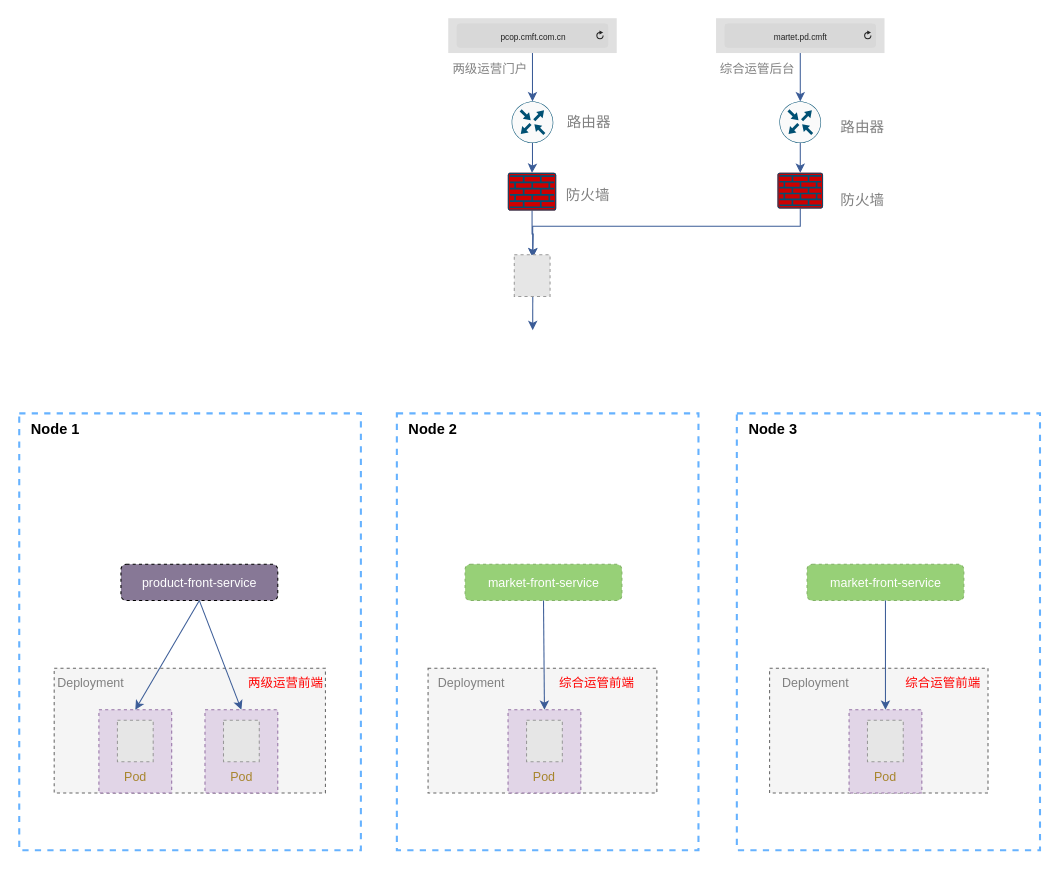
This is page "两级运营案例（Nodeport）" (2 of 3) of drawio/network/Kubernetes网络.drawio from hezhuma/image-repo, a draw.io file, before an edit. Source tidied: cells renumbered, new cells numbered last; positions are measured from the earlier drawing's top-left corner, leaving out a move shared by most shapes. Both pictures are drawn from the tidied source at 104%, with x=0, y=0 at pixel (19, 18). Pictures stored in the file or linked from it are replaced by grey dashed boxes.
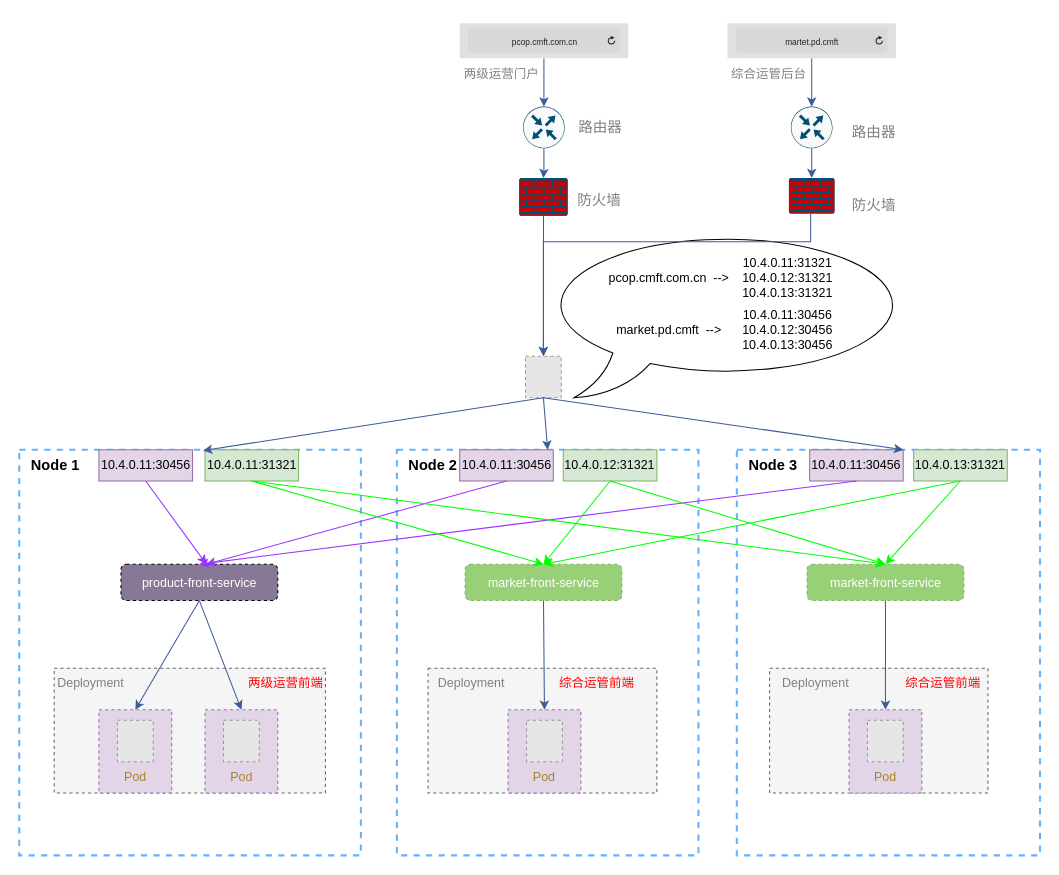
Above is the later version.

Unchanged cells that the change refers to:
```xml
<mxCell id="26" value="&lt;font style=&quot;font-size: 12px;&quot; color=&quot;#ffffff&quot;&gt;product-front-service&lt;/font&gt;" style="rounded=1;whiteSpace=wrap;html=1;fontColor=#808080;fillColor=#877896;dashed=1;" parent="1" vertex="1">
  <mxGeometry x="97.8" y="525" width="150.8" height="35" as="geometry" />
</mxCell>
<mxCell id="27" value="&lt;font style=&quot;font-size: 12px;&quot; color=&quot;#ffffff&quot;&gt;market-front-service&lt;/font&gt;" style="rounded=1;whiteSpace=wrap;html=1;fillColor=#97D077;dashed=1;strokeColor=#82b366;" parent="1" vertex="1">
  <mxGeometry x="428.7" y="525" width="150.8" height="35" as="geometry" />
</mxCell>
<mxCell id="47" value="&lt;font style=&quot;font-size: 12px;&quot; color=&quot;#ffffff&quot;&gt;market-front-service&lt;/font&gt;" style="rounded=1;whiteSpace=wrap;html=1;fillColor=#97D077;dashed=1;strokeColor=#82b366;" parent="1" vertex="1">
  <mxGeometry x="757.5" y="525" width="150.8" height="35" as="geometry" />
</mxCell>
```

Diff of the diagram source:
```diff
@@
+    <mxCell id="56" style="whiteSpace=wrap;html=1;shape=mxgraph.basic.oval_callout;" parent="1" vertex="1">
+      <mxGeometry x="504" y="205" width="356" height="160" as="geometry" />
+    </mxCell>
     <mxCell id="2" style="rounded=0;whiteSpace=wrap;html=1;dashed=1;fontSize=12;strokeWidth=2;strokeColor=#66B2FF;" parent="1" vertex="1">
-      <mxGeometry x="363.1" y="380" width="290" height="420" as="geometry" />
+      <mxGeometry x="363.1" y="415" width="290" height="390" as="geometry" />
     </mxCell>
     <mxCell id="3" style="rounded=0;whiteSpace=wrap;html=1;dashed=1;fontSize=12;strokeWidth=2;strokeColor=#66B2FF;" parent="1" vertex="1">
-      <mxGeometry y="380" width="328.5" height="420" as="geometry" />
+      <mxGeometry y="415" width="328.5" height="390" as="geometry" />
     </mxCell>
@@
-    <mxCell id="6" style="edgeStyle=orthogonalEdgeStyle;rounded=0;orthogonalLoop=1;jettySize=auto;html=1;entryX=0.5;entryY=0;entryDx=0;entryDy=0;strokeColor=#3B5C97;fontColor=#FFFFFF;" parent="1" edge="1">
-      <mxGeometry relative="1" as="geometry">
-        <mxPoint x="493.8" y="265" as="sourcePoint" />
-        <mxPoint x="493.7" y="300" as="targetPoint" />
-      </mxGeometry>
-    </mxCell>
     <mxCell id="7" value="&lt;font color=&quot;#808080&quot;&gt;路由器&lt;/font&gt;" style="text;html=1;strokeColor=none;fillColor=none;align=center;verticalAlign=middle;whiteSpace=wrap;rounded=0;fontSize=14;fontColor=#FFFFFF;" parent="1" vertex="1">
-      <mxGeometry x="516.9" y="85" width="61.5" height="30" as="geometry" />
+      <mxGeometry x="527.9" y="90" width="61.5" height="30" as="geometry" />
     </mxCell>
@@
     <mxCell id="9" style="sketch=0;points=[[0.5,0,0],[1,0.5,0],[0.5,1,0],[0,0.5,0],[0.145,0.145,0],[0.8555,0.145,0],[0.855,0.8555,0],[0.145,0.855,0]];verticalLabelPosition=bottom;html=1;verticalAlign=top;align=center;shape=mxgraph.cisco19.rect;prIcon=router;fillColor=#FAFAFA;strokeColor=#005073;fontColor=#808080;" parent="1" vertex="1">
-      <mxGeometry x="473.5" y="80" width="40" height="40" as="geometry" />
+      <mxGeometry x="484.5" y="85" width="40" height="40" as="geometry" />
     </mxCell>
-    <mxCell id="10" style="edgeStyle=orthogonalEdgeStyle;rounded=0;jettySize=auto;html=1;entryX=0.5;entryY=0;entryDx=0;entryDy=0;entryPerimeter=0;strokeColor=#3B5C97;fontColor=#808080;" parent="1" edge="1" source="11">
-      <mxGeometry relative="1" as="geometry">
-        <mxPoint x="493.7" y="230" as="targetPoint" />
-      </mxGeometry>
+    <mxCell id="10" style="edgeStyle=orthogonalEdgeStyle;rounded=0;jettySize=auto;html=1;entryX=0.5;entryY=0;entryDx=0;entryDy=0;strokeColor=#3B5C97;fontColor=#808080;" parent="1" edge="1" source="11" target="72">
+      <mxGeometry relative="1" as="geometry" />
     </mxCell>
     <mxCell id="11" style="points=[[0.015,0.015,0],[0.985,0.015,0],[0.985,0.985,0],[0.015,0.985,0],[0.25,0,0],[0.5,0,0],[0.75,0,0],[1,0.25,0],[1,0.5,0],[1,0.75,0],[0.75,1,0],[0.5,1,0],[0.25,1,0],[0,0.75,0],[0,0.5,0],[0,0.25,0]];verticalLabelPosition=bottom;html=1;verticalAlign=top;align=center;shape=mxgraph.cisco19.rect;prIcon=firewall;fillColor=#CC0000;strokeColor=#005073;" parent="1" vertex="1">
-      <mxGeometry x="469.8" y="148.7" width="46.5" height="36.3" as="geometry" />
+      <mxGeometry x="480.8" y="153.7" width="46.5" height="36.3" as="geometry" />
     </mxCell>
     <mxCell id="12" value="&lt;font color=&quot;#808080&quot;&gt;防火墙&lt;/font&gt;" style="text;html=1;strokeColor=none;fillColor=none;align=center;verticalAlign=middle;whiteSpace=wrap;rounded=0;fontSize=14;fontColor=#FFFFFF;" parent="1" vertex="1">
-      <mxGeometry x="516.4" y="155" width="61.5" height="30" as="geometry" />
+      <mxGeometry x="527.4" y="160" width="61.5" height="30" as="geometry" />
     </mxCell>
@@
     <mxCell id="15" value="pcop.cmft.com.cn" style="html=1;strokeWidth=1;shadow=0;dashed=0;shape=mxgraph.ios7ui.url;fillColor=#e0e0e0;strokeColor=#c0c0c0;buttonText=;strokeColor2=#222222;fontColor=#222222;fontSize=8;spacingTop=2;align=center;" parent="1" vertex="1">
-      <mxGeometry x="412.5" width="162" height="33.5" as="geometry" />
+      <mxGeometry x="423.5" y="5" width="162" height="33.5" as="geometry" />
     </mxCell>
@@
     <mxCell id="17" value="martet.pd.cmft" style="html=1;strokeWidth=1;shadow=0;dashed=0;shape=mxgraph.ios7ui.url;fillColor=#e0e0e0;strokeColor=#c0c0c0;buttonText=;strokeColor2=#222222;fontColor=#222222;fontSize=8;spacingTop=2;align=center;" parent="1" vertex="1">
-      <mxGeometry x="670" width="162" height="33.5" as="geometry" />
+      <mxGeometry x="681" y="5" width="162" height="33.5" as="geometry" />
     </mxCell>
     <mxCell id="18" value="&lt;font color=&quot;#808080&quot;&gt;路由器&lt;/font&gt;" style="text;html=1;strokeColor=none;fillColor=none;align=center;verticalAlign=middle;whiteSpace=wrap;rounded=0;fontSize=14;fontColor=#FFFFFF;" parent="1" vertex="1">
-      <mxGeometry x="780" y="90" width="61.5" height="30" as="geometry" />
+      <mxGeometry x="791" y="95" width="61.5" height="30" as="geometry" />
     </mxCell>
@@
     <mxCell id="20" style="sketch=0;points=[[0.5,0,0],[1,0.5,0],[0.5,1,0],[0,0.5,0],[0.145,0.145,0],[0.8555,0.145,0],[0.855,0.8555,0],[0.145,0.855,0]];verticalLabelPosition=bottom;html=1;verticalAlign=top;align=center;shape=mxgraph.cisco19.rect;prIcon=router;fillColor=#FAFAFA;strokeColor=#005073;fontColor=#808080;" parent="1" vertex="1">
-      <mxGeometry x="731" y="80" width="40" height="40" as="geometry" />
+      <mxGeometry x="742" y="85" width="40" height="40" as="geometry" />
     </mxCell>
     <mxCell id="21" value="&lt;font color=&quot;#808080&quot;&gt;两级运营门户&lt;/font&gt;" style="text;html=1;strokeColor=none;fillColor=none;align=center;verticalAlign=middle;whiteSpace=wrap;rounded=0;fontColor=#FFFFFF;" parent="1" vertex="1">
-      <mxGeometry x="412.5" y="33.5" width="80" height="30" as="geometry" />
+      <mxGeometry x="423.5" y="38.5" width="80" height="30" as="geometry" />
     </mxCell>
     <mxCell id="22" value="&lt;font color=&quot;#808080&quot;&gt;综合运管后台&lt;/font&gt;" style="text;html=1;strokeColor=none;fillColor=none;align=center;verticalAlign=middle;whiteSpace=wrap;rounded=0;fontColor=#FFFFFF;" parent="1" vertex="1">
-      <mxGeometry x="670" y="33.5" width="80" height="30" as="geometry" />
+      <mxGeometry x="681" y="38.5" width="80" height="30" as="geometry" />
     </mxCell>
-    <mxCell id="23" style="edgeStyle=orthogonalEdgeStyle;rounded=0;jettySize=auto;html=1;entryX=0.5;entryY=0;entryDx=0;entryDy=0;entryPerimeter=0;strokeColor=#3B5C97;fontColor=#808080;" parent="1" edge="1" source="24">
+    <mxCell id="23" style="edgeStyle=orthogonalEdgeStyle;rounded=0;jettySize=auto;html=1;entryX=0.5;entryY=0;entryDx=0;entryDy=0;strokeColor=#3B5C97;fontColor=#808080;" parent="1" edge="1" source="24" target="72">
       <mxGeometry relative="1" as="geometry">
-        <mxPoint x="493.7" y="230" as="targetPoint" />
         <Array as="points">
-          <mxPoint x="751" y="200" />
-          <mxPoint x="494" y="200" />
+          <mxPoint x="761" y="215" />
+          <mxPoint x="504" y="215" />
         </Array>
       </mxGeometry>
     </mxCell>
     <mxCell id="24" style="points=[[0.015,0.015,0],[0.985,0.015,0],[0.985,0.985,0],[0.015,0.985,0],[0.25,0,0],[0.5,0,0],[0.75,0,0],[1,0.25,0],[1,0.5,0],[1,0.75,0],[0.75,1,0],[0.5,1,0],[0.25,1,0],[0,0.75,0],[0,0.5,0],[0,0.25,0]];verticalLabelPosition=bottom;html=1;verticalAlign=top;align=center;shape=mxgraph.cisco19.rect;prIcon=firewall;fillColor=#CC0000;strokeColor=#005073;" parent="1" vertex="1">
-      <mxGeometry x="729.1" y="148.7" width="43.8" height="34.2" as="geometry" />
+      <mxGeometry x="740.1" y="153.7" width="43.8" height="34.2" as="geometry" />
     </mxCell>
     <mxCell id="25" value="&lt;font color=&quot;#808080&quot;&gt;防火墙&lt;/font&gt;" style="text;html=1;strokeColor=none;fillColor=none;align=center;verticalAlign=middle;whiteSpace=wrap;rounded=0;fontSize=14;fontColor=#FFFFFF;" parent="1" vertex="1">
-      <mxGeometry x="780" y="160" width="61.5" height="30" as="geometry" />
+      <mxGeometry x="791" y="165" width="61.5" height="30" as="geometry" />
     </mxCell>
@@
     <mxCell id="41" value="&lt;b&gt;&lt;font style=&quot;font-size: 14px;&quot; color=&quot;#000000&quot;&gt;Node 1&lt;/font&gt;&lt;/b&gt;" style="text;html=1;strokeColor=none;fillColor=none;align=center;verticalAlign=middle;whiteSpace=wrap;rounded=0;dashed=1;strokeWidth=2;fontSize=12;fontColor=#A7852D;" parent="1" vertex="1">
-      <mxGeometry y="380" width="70" height="30" as="geometry" />
+      <mxGeometry y="415" width="70" height="30" as="geometry" />
     </mxCell>
@@
     <mxCell id="44" value="&lt;b&gt;&lt;font style=&quot;font-size: 14px;&quot; color=&quot;#000000&quot;&gt;Node 2&lt;/font&gt;&lt;/b&gt;" style="text;html=1;strokeColor=none;fillColor=none;align=center;verticalAlign=middle;whiteSpace=wrap;rounded=0;dashed=1;strokeWidth=2;fontSize=12;fontColor=#A7852D;" parent="1" vertex="1">
-      <mxGeometry x="363.1" y="380" width="70" height="30" as="geometry" />
+      <mxGeometry x="363.1" y="415" width="70" height="30" as="geometry" />
     </mxCell>
-    <mxCell id="45" style="fillColor=#E6E6E6;strokeColor=#999999;dashed=1;verticalLabelPosition=bottom;labelBackgroundColor=default;verticalAlign=top;" parent="1" vertex="1">
-      <mxGeometry x="476" y="227.5" width="34.4" height="40" as="geometry" />
-    </mxCell>
     <mxCell id="46" style="rounded=0;whiteSpace=wrap;html=1;dashed=1;fontSize=12;strokeWidth=2;strokeColor=#66B2FF;" parent="1" vertex="1">
-      <mxGeometry x="690" y="380" width="291.5" height="420" as="geometry" />
+      <mxGeometry x="690" y="415" width="291.5" height="390" as="geometry" />
     </mxCell>
@@
     <mxCell id="55" value="&lt;b&gt;&lt;font style=&quot;font-size: 14px;&quot; color=&quot;#000000&quot;&gt;Node 3&lt;/font&gt;&lt;/b&gt;" style="text;html=1;strokeColor=none;fillColor=none;align=center;verticalAlign=middle;whiteSpace=wrap;rounded=0;dashed=1;strokeWidth=2;fontSize=12;fontColor=#A7852D;" parent="1" vertex="1">
-      <mxGeometry x="690" y="380" width="70" height="30" as="geometry" />
+      <mxGeometry x="690" y="415" width="70" height="30" as="geometry" />
     </mxCell>
+    <mxCell id="57" value="10.4.0.11:31321" style="rounded=0;whiteSpace=wrap;html=1;fillColor=#d5e8d4;strokeColor=#82b366;" parent="1" vertex="1">
+      <mxGeometry x="178.6" y="415" width="90" height="30" as="geometry" />
+    </mxCell>
+    <mxCell id="58" value="10.4.0.12:31321" style="rounded=0;whiteSpace=wrap;html=1;fillColor=#d5e8d4;strokeColor=#82b366;" parent="1" vertex="1">
+      <mxGeometry x="523.1" y="415" width="90" height="30" as="geometry" />
+    </mxCell>
+    <mxCell id="59" value="10.4.0.13:31321" style="rounded=0;whiteSpace=wrap;html=1;fillColor=#d5e8d4;strokeColor=#82b366;" parent="1" vertex="1">
+      <mxGeometry x="860" y="415" width="90" height="30" as="geometry" />
+    </mxCell>
+    <mxCell id="60" value="10.4.0.11:30456" style="rounded=0;whiteSpace=wrap;html=1;fillColor=#e1d5e7;strokeColor=#9673a6;" parent="1" vertex="1">
+      <mxGeometry x="76.6" y="415" width="90" height="30" as="geometry" />
+    </mxCell>
+    <mxCell id="61" value="10.4.0.11:30456" style="rounded=0;whiteSpace=wrap;html=1;fillColor=#e1d5e7;strokeColor=#9673a6;" parent="1" vertex="1">
+      <mxGeometry x="423.5" y="415" width="90" height="30" as="geometry" />
+    </mxCell>
+    <mxCell id="62" value="10.4.0.11:30456" style="rounded=0;whiteSpace=wrap;html=1;fillColor=#e1d5e7;strokeColor=#9673a6;" parent="1" vertex="1">
+      <mxGeometry x="760" y="415" width="90" height="30" as="geometry" />
+    </mxCell>
+    <mxCell id="63" style="endArrow=none;html=1;rounded=0;strokeColor=#9933FF;fontColor=#FFFFFF;entryX=0.5;entryY=1;entryDx=0;entryDy=0;startArrow=classic;startFill=1;exitX=0.5;exitY=0;exitDx=0;exitDy=0;" parent="1" edge="1" source="26" target="62">
+      <mxGeometry relative="1" as="geometry" />
+    </mxCell>
+    <mxCell id="64" style="endArrow=none;html=1;rounded=0;strokeColor=#9933FF;fontColor=#FFFFFF;entryX=0.5;entryY=1;entryDx=0;entryDy=0;startArrow=classic;startFill=1;" parent="1" edge="1" target="61">
+      <mxGeometry relative="1" as="geometry">
+        <mxPoint x="180" y="525" as="sourcePoint" />
+      </mxGeometry>
+    </mxCell>
+    <mxCell id="65" style="endArrow=none;html=1;rounded=0;strokeColor=#9933FF;fontColor=#FFFFFF;entryX=0.5;entryY=1;entryDx=0;entryDy=0;startArrow=classic;startFill=1;" parent="1" edge="1" target="60">
+      <mxGeometry relative="1" as="geometry">
+        <mxPoint x="180" y="525" as="sourcePoint" />
+      </mxGeometry>
+    </mxCell>
+    <mxCell id="66" style="endArrow=none;html=1;rounded=0;strokeColor=#00FF00;fontColor=#FFFFFF;entryX=0.5;entryY=1;entryDx=0;entryDy=0;startArrow=classic;startFill=1;exitX=0.5;exitY=0;exitDx=0;exitDy=0;" parent="1" edge="1" source="27" target="57">
+      <mxGeometry relative="1" as="geometry" />
+    </mxCell>
+    <mxCell id="67" style="endArrow=none;html=1;rounded=0;strokeColor=#00FF00;fontColor=#FFFFFF;entryX=0.5;entryY=1;entryDx=0;entryDy=0;startArrow=classic;startFill=1;exitX=0.5;exitY=0;exitDx=0;exitDy=0;" parent="1" edge="1" source="47" target="57">
+      <mxGeometry relative="1" as="geometry" />
+    </mxCell>
+    <mxCell id="68" style="endArrow=none;html=1;rounded=0;strokeColor=#00FF00;fontColor=#FFFFFF;entryX=0.5;entryY=1;entryDx=0;entryDy=0;startArrow=classic;startFill=1;exitX=0.5;exitY=0;exitDx=0;exitDy=0;" parent="1" edge="1" source="27" target="58">
+      <mxGeometry relative="1" as="geometry" />
+    </mxCell>
+    <mxCell id="69" style="endArrow=none;html=1;rounded=0;strokeColor=#00FF00;fontColor=#FFFFFF;entryX=0.5;entryY=1;entryDx=0;entryDy=0;startArrow=classic;startFill=1;exitX=0.5;exitY=0;exitDx=0;exitDy=0;" parent="1" edge="1" source="27" target="59">
+      <mxGeometry relative="1" as="geometry" />
+    </mxCell>
+    <mxCell id="70" style="endArrow=none;html=1;rounded=0;strokeColor=#00FF00;fontColor=#FFFFFF;entryX=0.5;entryY=1;entryDx=0;entryDy=0;startArrow=classic;startFill=1;exitX=0.5;exitY=0;exitDx=0;exitDy=0;" parent="1" edge="1" source="47" target="59">
+      <mxGeometry relative="1" as="geometry" />
+    </mxCell>
+    <mxCell id="71" style="endArrow=none;html=1;rounded=0;strokeColor=#00FF00;fontColor=#FFFFFF;entryX=0.5;entryY=1;entryDx=0;entryDy=0;startArrow=classic;startFill=1;exitX=0.5;exitY=0;exitDx=0;exitDy=0;" parent="1" edge="1" source="47" target="58">
+      <mxGeometry relative="1" as="geometry" />
+    </mxCell>
+    <mxCell id="72" style="fillColor=#E6E6E6;strokeColor=#999999;dashed=1;verticalLabelPosition=bottom;labelBackgroundColor=default;verticalAlign=top;" parent="1" vertex="1">
+      <mxGeometry x="486.8" y="325" width="34.4" height="40" as="geometry" />
+    </mxCell>
+    <mxCell id="73" style="endArrow=none;html=1;rounded=0;strokeColor=#3B5C97;fontColor=#FFFFFF;entryX=0.5;entryY=1;entryDx=0;entryDy=0;startArrow=classic;startFill=1;exitX=0.538;exitY=0.002;exitDx=0;exitDy=0;exitPerimeter=0;" parent="1" edge="1" source="3" target="72">
+      <mxGeometry relative="1" as="geometry" />
+    </mxCell>
+    <mxCell id="74" style="endArrow=none;html=1;rounded=0;strokeColor=#3B5C97;fontColor=#FFFFFF;entryX=0.5;entryY=1;entryDx=0;entryDy=0;startArrow=classic;startFill=1;exitX=1;exitY=0;exitDx=0;exitDy=0;" parent="1" edge="1" source="62" target="72">
+      <mxGeometry relative="1" as="geometry" />
+    </mxCell>
+    <mxCell id="75" style="endArrow=none;html=1;rounded=0;strokeColor=#3B5C97;fontColor=#FFFFFF;entryX=0.5;entryY=1;entryDx=0;entryDy=0;startArrow=classic;startFill=1;exitX=0.5;exitY=0;exitDx=0;exitDy=0;" parent="1" edge="1" source="2" target="72">
+      <mxGeometry relative="1" as="geometry" />
+    </mxCell>
+    <mxCell id="76" value="pcop.cmft.com.cn&amp;nbsp; --&amp;gt;" style="text;html=1;strokeColor=none;fillColor=none;align=center;verticalAlign=middle;whiteSpace=wrap;rounded=0;" parent="1" vertex="1">
+      <mxGeometry x="560" y="235" width="130" height="30" as="geometry" />
+    </mxCell>
+    <mxCell id="77" value="10.4.0.11:31321&lt;br&gt;10.4.0.12:31321&lt;br&gt;10.4.0.13:31321" style="text;html=1;strokeColor=none;fillColor=none;align=center;verticalAlign=middle;whiteSpace=wrap;rounded=0;" parent="1" vertex="1">
+      <mxGeometry x="709.1" y="235" width="60" height="30" as="geometry" />
+    </mxCell>
+    <mxCell id="78" value="market.pd.cmft&amp;nbsp; --&amp;gt;" style="text;html=1;strokeColor=none;fillColor=none;align=center;verticalAlign=middle;whiteSpace=wrap;rounded=0;" parent="1" vertex="1">
+      <mxGeometry x="560" y="285" width="130" height="30" as="geometry" />
+    </mxCell>
+    <mxCell id="79" value="10.4.0.11:30456&lt;br&gt;10.4.0.12:30456&lt;br&gt;10.4.0.13:30456" style="text;html=1;strokeColor=none;fillColor=none;align=center;verticalAlign=middle;whiteSpace=wrap;rounded=0;" parent="1" vertex="1">
+      <mxGeometry x="709.1" y="285" width="60" height="30" as="geometry" />
+    </mxCell>
```
